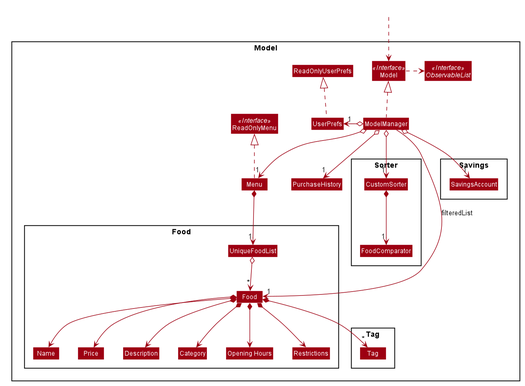
Before: images/ModelClassDiagram.png, a diagram exported from PlantUML (AY1920S1-CS2103T-F13-2/main).
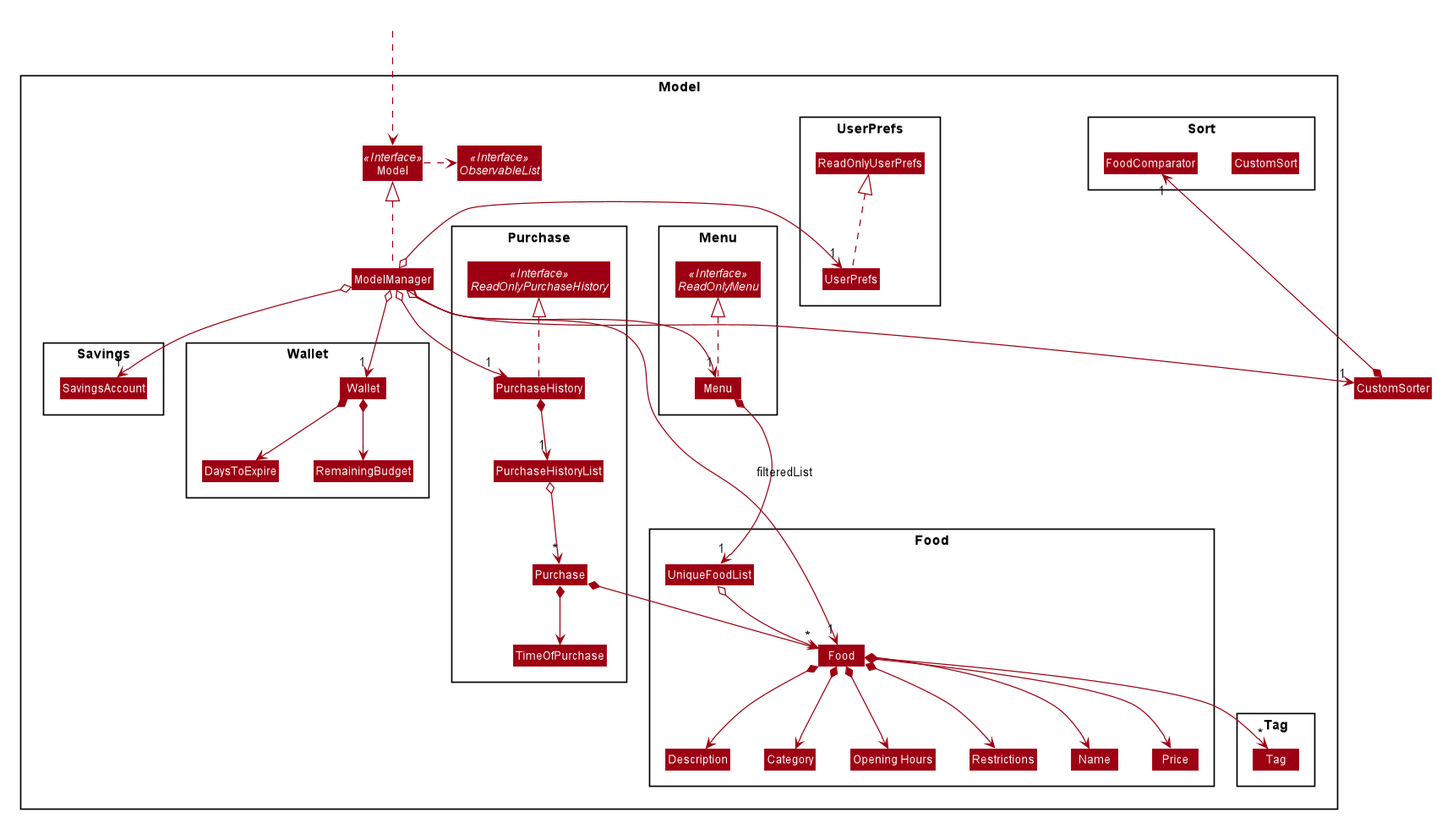
The same file after the commit.

The edit, as a diff of the source:
```diff
@@ -52,19 +52,24 @@
 skinparam classBackgroundColor #9D0012
 
 Package Model <<Rectangle>>{
-Interface ReadOnlyMenu <<Interface>>
 Interface Model <<Interface>>
 Interface ObservableList <<Interface>>
-Class Menu
-Class ReadOnlyMenu
+
 Class Model
 Class ModelManager
+
+Package UserPrefs {
 Class UserPrefs
 Class ReadOnlyUserPrefs
-Class PurchaseHistory
+}
 
-Package Sorter {
-Class CustomSorter
+Package Menu {
+Class Menu
+Interface ReadOnlyMenu <<Interface>>
+}
+
+Package Sort {
+Class CustomSort
 Class FoodComparator
 }
 
@@ -83,6 +88,20 @@
 Class SavingsAccount
 }
 
+Package Purchase {
+Interface ReadOnlyPurchaseHistory <<Interface>>
+Class Purchase
+Class TimeOfPurchase
+Class PurchaseHistory
+Class PurchaseHistoryList
+}
+
+Package Wallet {
+Class Wallet
+Class DaysToExpire
+Class RemainingBudget
+}
+
 Package Tag {
 Class Tag
 }
@@ -97,12 +116,22 @@
 Model .right.> ObservableList
 ModelManager o--> "1" Menu
 ModelManager o--> "1" PurchaseHistory
+ModelManager o--> "1" Wallet
 ModelManager o--> "1" CustomSorter
 ModelManager o--> "1" SavingsAccount
 ModelManager o-left-> "1" UserPrefs
 UserPrefs .up.|> ReadOnlyUserPrefs
 
 CustomSorter *--> "1" FoodComparator
+
+PurchaseHistory .up.|> ReadOnlyPurchaseHistory
+PurchaseHistory *--> "1" PurchaseHistoryList
+PurchaseHistoryList o--> "*" Purchase
+Purchase *--> Food
+Purchase *--> TimeOfPurchase
+
+Wallet *--> DaysToExpire
+Wallet *--> RemainingBudget
 
 Menu *--> "1" UniqueFoodList
 UniqueFoodList o--> "*" Food
```
